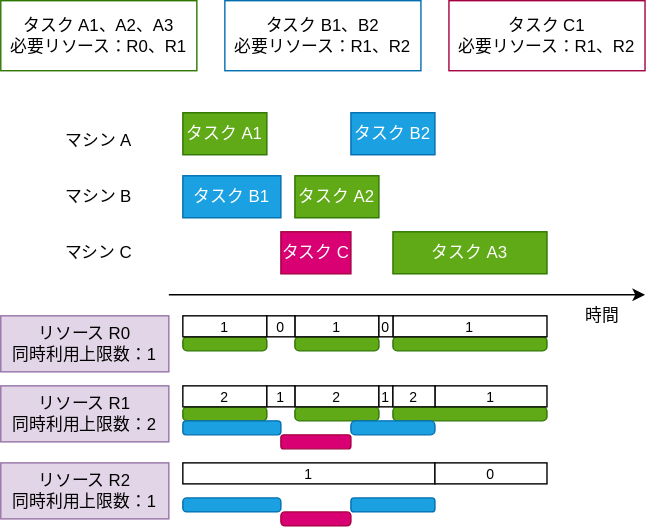
The draw.io diagram notebooks/ja/tutorials/figures/resource.drawio.svg in fixstars/amplify-se-examples, before a commit. Source tidied: cells renumbered, new cells last; positions are measured from the earlier drawing's top-left corner, leaving out a move shared by most shapes.
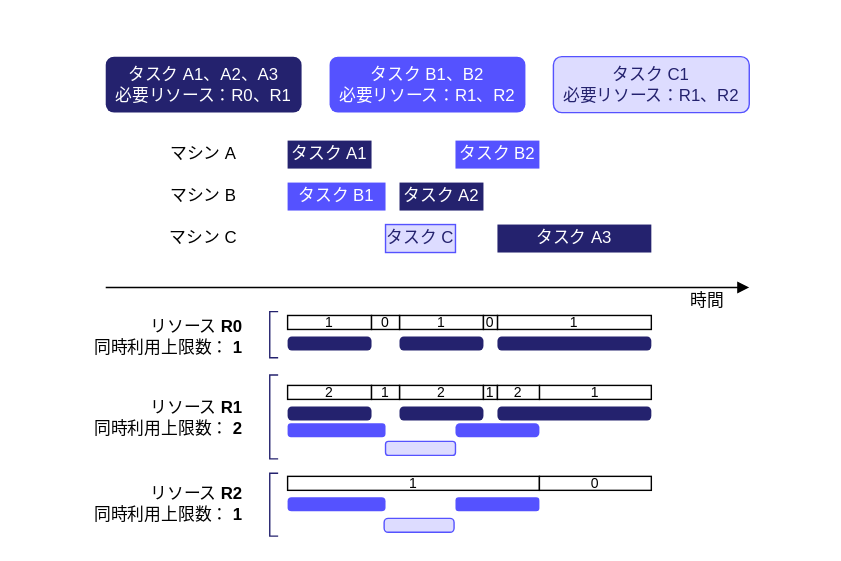
Later version of the same file.

What changed in the source:
```diff
@@ -2,42 +2,45 @@
   <root>
     <mxCell id="0" />
     <mxCell id="1" parent="0" />
+    <mxCell id="45" style="whiteSpace=wrap;html=1;strokeColor=none;" parent="1" vertex="1">
+      <mxGeometry x="-75" y="-10" width="600" height="400" as="geometry" />
+    </mxCell>
-    <mxCell id="2" value="タスク A1" style="rounded=0;whiteSpace=wrap;html=1;fillColor=#60a917;fontColor=#ffffff;strokeColor=#2D7600;" parent="1" vertex="1">
-      <mxGeometry x="130" y="80" width="60" height="30" as="geometry" />
+    <mxCell id="2" value="タスク A1" style="rounded=0;whiteSpace=wrap;html=1;fillColor=#24226E;fontColor=#FFFFFF;strokeColor=none;" parent="1" vertex="1">
+      <mxGeometry x="130" y="90" width="60" height="20" as="geometry" />
     </mxCell>
     <object id="3" label="時間" name="Variable" placeholders="1">
       <mxCell style="text;html=1;strokeColor=none;fillColor=none;align=center;verticalAlign=middle;whiteSpace=wrap;overflow=hidden;" parent="1" vertex="1">
-        <mxGeometry x="410" y="215" width="40" height="20" as="geometry" />
+        <mxGeometry x="410" y="195" width="40" height="20" as="geometry" />
       </mxCell>
     </object>
-    <object id="4" label="リソース R0&lt;br&gt;同時利用上限数：1" name="Variable" placeholders="1">
-      <mxCell style="text;html=1;strokeColor=#9673a6;fillColor=#e1d5e7;align=center;verticalAlign=middle;whiteSpace=wrap;overflow=hidden;" parent="1" vertex="1">
-        <mxGeometry y="225" width="120" height="40" as="geometry" />
+    <object id="4" label="リソース &lt;b&gt;R0&lt;/b&gt;&lt;br&gt;同時利用上限数：&lt;b&gt;1&lt;/b&gt;" name="Variable" placeholders="1">
+      <mxCell style="text;html=1;strokeColor=none;fillColor=none;align=right;verticalAlign=middle;whiteSpace=wrap;overflow=hidden;" parent="1" vertex="1">
+        <mxGeometry x="-20" y="210" width="120" height="40" as="geometry" />
       </mxCell>
     </object>
-    <mxCell id="5" value="タスク A3" style="rounded=0;whiteSpace=wrap;html=1;fillColor=#60a917;fontColor=#ffffff;strokeColor=#2D7600;" parent="1" vertex="1">
-      <mxGeometry x="280" y="165" width="110" height="30" as="geometry" />
+    <mxCell id="5" value="タスク A3" style="rounded=0;whiteSpace=wrap;html=1;fillColor=#24226E;fontColor=#FFFFFF;strokeColor=none;" parent="1" vertex="1">
+      <mxGeometry x="280" y="150" width="110" height="20" as="geometry" />
     </mxCell>
-    <mxCell id="6" style="rounded=1;whiteSpace=wrap;html=1;fillColor=#60a917;fontColor=#ffffff;strokeColor=#2D7600;arcSize=31;" parent="1" vertex="1">
-      <mxGeometry x="130" y="290" width="60" height="10" as="geometry" />
+    <mxCell id="6" style="rounded=1;whiteSpace=wrap;html=1;fillColor=#24226E;fontColor=#FFFFFF;strokeColor=none;arcSize=31;" parent="1" vertex="1">
+      <mxGeometry x="130" y="280" width="60" height="10" as="geometry" />
     </mxCell>
-    <mxCell id="7" style="rounded=1;whiteSpace=wrap;html=1;fillColor=#1ba1e2;fontColor=#ffffff;strokeColor=#006EAF;arcSize=24;" parent="1" vertex="1">
-      <mxGeometry x="130" y="300" width="70" height="10" as="geometry" />
+    <mxCell id="7" style="rounded=1;whiteSpace=wrap;html=1;fillColor=#5552FF;fontColor=#FFFFFF;strokeColor=none;arcSize=24;" parent="1" vertex="1">
+      <mxGeometry x="130" y="292" width="70" height="10" as="geometry" />
     </mxCell>
-    <mxCell id="8" value="タスク B2" style="rounded=0;whiteSpace=wrap;html=1;fillColor=#1ba1e2;fontColor=#ffffff;strokeColor=#006EAF;" parent="1" vertex="1">
-      <mxGeometry x="250" y="80" width="60" height="30" as="geometry" />
+    <mxCell id="8" value="タスク B2" style="rounded=0;whiteSpace=wrap;html=1;fillColor=#5552FF;fontColor=#FFFFFF;strokeColor=none;" parent="1" vertex="1">
+      <mxGeometry x="250" y="90" width="60" height="20" as="geometry" />
     </mxCell>
-    <mxCell id="9" value="タスク C" style="rounded=0;whiteSpace=wrap;html=1;fillColor=#d80073;fontColor=#ffffff;strokeColor=#A50040;" parent="1" vertex="1">
-      <mxGeometry x="200" y="165" width="50" height="30" as="geometry" />
+    <mxCell id="9" value="タスク C" style="rounded=0;whiteSpace=wrap;html=1;fillColor=#DDDCFF;fontColor=#24226E;strokeColor=#5552FF;" parent="1" vertex="1">
+      <mxGeometry x="200" y="150" width="50" height="20" as="geometry" />
     </mxCell>
-    <object id="10" label="リソース R1&lt;br&gt;同時利用上限数：2" name="Variable" placeholders="1">
-      <mxCell style="text;html=1;strokeColor=#9673a6;fillColor=#e1d5e7;align=center;verticalAlign=middle;whiteSpace=wrap;overflow=hidden;" parent="1" vertex="1">
-        <mxGeometry y="275" width="120" height="40" as="geometry" />
+    <object id="10" label="リソース &lt;b&gt;R1&lt;/b&gt;&lt;br&gt;同時利用上限数：&lt;b&gt;2&lt;/b&gt;" name="Variable" placeholders="1">
+      <mxCell style="text;html=1;strokeColor=none;fillColor=none;align=right;verticalAlign=middle;whiteSpace=wrap;overflow=hidden;" parent="1" vertex="1">
+        <mxGeometry x="-20" y="265" width="120" height="45" as="geometry" />
       </mxCell>
     </object>
-    <object id="11" label="リソース R2&lt;br&gt;同時利用上限数：1" name="Variable" placeholders="1">
-      <mxCell style="text;html=1;strokeColor=#9673a6;fillColor=#e1d5e7;align=center;verticalAlign=middle;whiteSpace=wrap;overflow=hidden;" parent="1" vertex="1">
-        <mxGeometry y="330" width="120" height="40" as="geometry" />
+    <object id="11" label="リソース &lt;b&gt;R2&lt;/b&gt;&lt;br&gt;同時利用上限数：&lt;b&gt;1&lt;/b&gt;" name="Variable" placeholders="1">
+      <mxCell style="text;html=1;strokeColor=none;fillColor=none;align=right;verticalAlign=middle;whiteSpace=wrap;overflow=hidden;" parent="1" vertex="1">
+        <mxGeometry x="-20" y="327.5" width="120" height="45" as="geometry" />
       </mxCell>
     </object>
     <object id="12" label="マシン A" name="Variable" placeholders="1">
@@ -47,106 +50,118 @@
     </object>
     <object id="13" label="マシン B" name="Variable" placeholders="1">
       <mxCell style="text;html=1;strokeColor=none;fillColor=none;align=center;verticalAlign=middle;whiteSpace=wrap;overflow=hidden;" parent="1" vertex="1">
-        <mxGeometry x="40" y="130" width="60" height="20" as="geometry" />
+        <mxGeometry x="40" y="120" width="60" height="20" as="geometry" />
       </mxCell>
     </object>
-    <mxCell id="14" value="タスク B1" style="rounded=0;whiteSpace=wrap;html=1;fillColor=#1ba1e2;fontColor=#ffffff;strokeColor=#006EAF;" parent="1" vertex="1">
-      <mxGeometry x="130" y="125" width="70" height="30" as="geometry" />
+    <mxCell id="14" value="タスク B1" style="rounded=0;whiteSpace=wrap;html=1;fillColor=#5552FF;fontColor=#FFFFFF;strokeColor=none;" parent="1" vertex="1">
+      <mxGeometry x="130" y="120" width="70" height="20" as="geometry" />
     </mxCell>
     <object id="15" label="マシン C" name="Variable" placeholders="1">
       <mxCell style="text;html=1;strokeColor=none;fillColor=none;align=center;verticalAlign=middle;whiteSpace=wrap;overflow=hidden;" parent="1" vertex="1">
-        <mxGeometry x="40" y="170" width="60" height="20" as="geometry" />
+        <mxGeometry x="40" y="150" width="60" height="20" as="geometry" />
       </mxCell>
     </object>
-    <mxCell id="16" style="rounded=1;whiteSpace=wrap;html=1;fillColor=#d80073;fontColor=#ffffff;strokeColor=#A50040;arcSize=21;" parent="1" vertex="1">
-      <mxGeometry x="200" y="310" width="50" height="10" as="geometry" />
+    <mxCell id="16" style="rounded=1;whiteSpace=wrap;html=1;fillColor=#DDDCFF;fontColor=#24226E;strokeColor=#5552FF;arcSize=21;" parent="1" vertex="1">
+      <mxGeometry x="200" y="305" width="50" height="10" as="geometry" />
     </mxCell>
-    <mxCell id="17" style="rounded=1;whiteSpace=wrap;html=1;fillColor=#60a917;fontColor=#ffffff;strokeColor=#2D7600;arcSize=31;" parent="1" vertex="1">
-      <mxGeometry x="130" y="240" width="60" height="10" as="geometry" />
+    <mxCell id="17" style="rounded=1;whiteSpace=wrap;html=1;fillColor=#24226E;fontColor=#FFFFFF;strokeColor=none;arcSize=31;" parent="1" vertex="1">
+      <mxGeometry x="130" y="230" width="60" height="10" as="geometry" />
     </mxCell>
-    <mxCell id="18" style="rounded=1;whiteSpace=wrap;html=1;fillColor=#60a917;fontColor=#ffffff;strokeColor=#2D7600;arcSize=31;" parent="1" vertex="1">
-      <mxGeometry x="280" y="240" width="110" height="10" as="geometry" />
+    <mxCell id="18" style="rounded=1;whiteSpace=wrap;html=1;fillColor=#24226E;fontColor=#FFFFFF;strokeColor=none;arcSize=31;" parent="1" vertex="1">
+      <mxGeometry x="280" y="230" width="110" height="10" as="geometry" />
     </mxCell>
-    <mxCell id="19" style="rounded=1;whiteSpace=wrap;html=1;fillColor=#60a917;fontColor=#ffffff;strokeColor=#2D7600;arcSize=31;" parent="1" vertex="1">
-      <mxGeometry x="280" y="290" width="110" height="10" as="geometry" />
+    <mxCell id="19" style="rounded=1;whiteSpace=wrap;html=1;fillColor=#24226E;fontColor=#FFFFFF;strokeColor=none;arcSize=31;" parent="1" vertex="1">
+      <mxGeometry x="280" y="280" width="110" height="10" as="geometry" />
     </mxCell>
-    <mxCell id="20" style="rounded=1;whiteSpace=wrap;html=1;fillColor=#d80073;fontColor=#ffffff;strokeColor=#A50040;arcSize=29;" parent="1" vertex="1">
-      <mxGeometry x="200" y="365" width="50" height="10" as="geometry" />
+    <mxCell id="20" style="rounded=1;whiteSpace=wrap;html=1;fillColor=#DDDCFF;fontColor=#24226E;strokeColor=#5552FF;arcSize=29;" parent="1" vertex="1">
+      <mxGeometry x="199" y="360" width="50" height="10" as="geometry" />
     </mxCell>
-    <mxCell id="21" style="rounded=1;whiteSpace=wrap;html=1;fillColor=#1ba1e2;fontColor=#ffffff;strokeColor=#006EAF;arcSize=28;" parent="1" vertex="1">
-      <mxGeometry x="130" y="355" width="70" height="10" as="geometry" />
+    <mxCell id="21" style="rounded=1;whiteSpace=wrap;html=1;fillColor=#5552FF;fontColor=#FFFFFF;strokeColor=none;arcSize=28;" parent="1" vertex="1">
+      <mxGeometry x="130" y="345" width="70" height="10" as="geometry" />
     </mxCell>
-    <mxCell id="22" value="タスク A2" style="rounded=0;whiteSpace=wrap;html=1;fillColor=#60a917;fontColor=#ffffff;strokeColor=#2D7600;" parent="1" vertex="1">
-      <mxGeometry x="210" y="125" width="60" height="30" as="geometry" />
+    <mxCell id="22" value="タスク A2" style="rounded=0;whiteSpace=wrap;html=1;fillColor=#24226E;fontColor=#FFFFFF;strokeColor=none;" parent="1" vertex="1">
+      <mxGeometry x="210" y="120" width="60" height="20" as="geometry" />
     </mxCell>
-    <mxCell id="23" style="rounded=1;whiteSpace=wrap;html=1;fillColor=#60a917;fontColor=#ffffff;strokeColor=#2D7600;arcSize=31;" parent="1" vertex="1">
-      <mxGeometry x="210" y="290" width="60" height="10" as="geometry" />
+    <mxCell id="23" style="rounded=1;whiteSpace=wrap;html=1;fillColor=#24226E;fontColor=#FFFFFF;strokeColor=none;arcSize=31;" parent="1" vertex="1">
+      <mxGeometry x="210" y="280" width="60" height="10" as="geometry" />
     </mxCell>
-    <mxCell id="24" style="rounded=1;whiteSpace=wrap;html=1;fillColor=#60a917;fontColor=#ffffff;strokeColor=#2D7600;arcSize=31;" parent="1" vertex="1">
-      <mxGeometry x="210" y="240" width="60" height="10" as="geometry" />
+    <mxCell id="24" style="rounded=1;whiteSpace=wrap;html=1;fillColor=#24226E;fontColor=#FFFFFF;strokeColor=none;arcSize=31;" parent="1" vertex="1">
+      <mxGeometry x="210" y="230" width="60" height="10" as="geometry" />
     </mxCell>
-    <mxCell id="25" style="rounded=1;whiteSpace=wrap;html=1;fillColor=#1ba1e2;fontColor=#ffffff;strokeColor=#006EAF;arcSize=31;" parent="1" vertex="1">
-      <mxGeometry x="250" y="300" width="60" height="10" as="geometry" />
+    <mxCell id="25" style="rounded=1;whiteSpace=wrap;html=1;fillColor=#5552FF;fontColor=#FFFFFF;strokeColor=none;arcSize=31;" parent="1" vertex="1">
+      <mxGeometry x="250" y="292" width="60" height="10" as="geometry" />
     </mxCell>
-    <mxCell id="26" style="rounded=1;whiteSpace=wrap;html=1;fillColor=#1ba1e2;fontColor=#ffffff;strokeColor=#006EAF;arcSize=23;" parent="1" vertex="1">
-      <mxGeometry x="250" y="355" width="60" height="10" as="geometry" />
+    <mxCell id="26" style="rounded=1;whiteSpace=wrap;html=1;fillColor=#5552FF;fontColor=#FFFFFF;strokeColor=none;arcSize=23;" parent="1" vertex="1">
+      <mxGeometry x="250" y="345" width="60" height="10" as="geometry" />
     </mxCell>
     <mxCell id="27" value="1" style="rounded=0;whiteSpace=wrap;html=1;fontSize=10;" parent="1" vertex="1">
-      <mxGeometry x="130" y="225" width="60" height="15" as="geometry" />
+      <mxGeometry x="130" y="215" width="60" height="10" as="geometry" />
     </mxCell>
     <mxCell id="28" value="1" style="rounded=0;whiteSpace=wrap;html=1;fontSize=10;" parent="1" vertex="1">
-      <mxGeometry x="210" y="225" width="60" height="15" as="geometry" />
+      <mxGeometry x="210" y="215" width="60" height="10" as="geometry" />
     </mxCell>
     <mxCell id="29" value="1" style="rounded=0;whiteSpace=wrap;html=1;fontSize=10;" parent="1" vertex="1">
-      <mxGeometry x="280" y="225" width="110" height="15" as="geometry" />
+      <mxGeometry x="280" y="215" width="110" height="10" as="geometry" />
     </mxCell>
     <mxCell id="30" value="0" style="rounded=0;whiteSpace=wrap;html=1;fontSize=10;" parent="1" vertex="1">
-      <mxGeometry x="190" y="225" width="20" height="15" as="geometry" />
+      <mxGeometry x="190" y="215" width="20" height="10" as="geometry" />
     </mxCell>
     <mxCell id="31" value="0" style="rounded=0;whiteSpace=wrap;html=1;fontSize=10;" parent="1" vertex="1">
-      <mxGeometry x="270" y="225" width="10" height="15" as="geometry" />
+      <mxGeometry x="270" y="215" width="10" height="10" as="geometry" />
     </mxCell>
+    <mxCell id="38" value="1" style="rounded=0;whiteSpace=wrap;html=1;fontSize=10;" parent="1" vertex="1">
+      <mxGeometry x="130" y="330" width="180" height="10" as="geometry" />
+    </mxCell>
+    <mxCell id="39" value="0" style="rounded=0;whiteSpace=wrap;html=1;fontSize=10;spacingTop=0;verticalAlign=middle;" parent="1" vertex="1">
+      <mxGeometry x="310" y="330" width="80" height="10" as="geometry" />
+    </mxCell>
+    <mxCell id="40" style="endArrow=block;html=1;fontColor=#00FF00;exitX=0.125;exitY=0.525;exitDx=0;exitDy=0;exitPerimeter=0;endFill=1;" parent="1" edge="1">
+      <mxGeometry relative="1" as="geometry">
+        <mxPoint y="195" as="sourcePoint" />
+        <mxPoint x="460" y="195" as="targetPoint" />
+      </mxGeometry>
+    </mxCell>
+    <mxCell id="42" value="&lt;div&gt;タスク A1、A2、A3&lt;/div&gt;&lt;div&gt;必要リソース：R0、R1&lt;/div&gt;" style="whiteSpace=wrap;html=1;strokeColor=none;rounded=1;fillColor=#24226E;fontColor=#FFFFFF;" parent="1" vertex="1">
+      <mxGeometry y="30" width="140" height="40" as="geometry" />
+    </mxCell>
+    <mxCell id="43" value="&lt;div&gt;タスク B1、B2&lt;/div&gt;&lt;div&gt;必要リソース：R1、R2&lt;/div&gt;" style="whiteSpace=wrap;html=1;strokeColor=none;rounded=1;fontColor=#FFFFFF;fillColor=#5552FF;" parent="1" vertex="1">
+      <mxGeometry x="160" y="30" width="140" height="40" as="geometry" />
+    </mxCell>
+    <mxCell id="44" value="&lt;div&gt;タスク C1&lt;/div&gt;&lt;div&gt;必要リソース：R1、R2&lt;/div&gt;" style="whiteSpace=wrap;html=1;strokeColor=#5552FF;rounded=1;fontColor=#24226E;fillColor=#DDDCFF;" parent="1" vertex="1">
+      <mxGeometry x="320" y="30" width="140" height="40" as="geometry" />
+    </mxCell>
     <mxCell id="32" value="2" style="rounded=0;whiteSpace=wrap;html=1;fontSize=10;" parent="1" vertex="1">
-      <mxGeometry x="130" y="275" width="60" height="15" as="geometry" />
+      <mxGeometry x="130" y="265" width="60" height="10" as="geometry" />
     </mxCell>
     <mxCell id="33" value="2" style="rounded=0;whiteSpace=wrap;html=1;fontSize=10;" parent="1" vertex="1">
-      <mxGeometry x="210" y="275" width="60" height="15" as="geometry" />
+      <mxGeometry x="210" y="265" width="60" height="10" as="geometry" />
     </mxCell>
     <mxCell id="34" value="1" style="rounded=0;whiteSpace=wrap;html=1;fontSize=10;" parent="1" vertex="1">
-      <mxGeometry x="270" y="275" width="10" height="15" as="geometry" />
+      <mxGeometry x="270" y="265" width="10" height="10" as="geometry" />
     </mxCell>
-    <mxCell id="35" style="edgeStyle=none;html=1;exitX=1;exitY=0.5;exitDx=0;exitDy=0;" parent="1" edge="1" source="36" target="33">
-      <mxGeometry relative="1" as="geometry" />
-    </mxCell>
     <mxCell id="36" value="1" style="rounded=0;whiteSpace=wrap;html=1;fontSize=10;" parent="1" vertex="1">
-      <mxGeometry x="190" y="275" width="20" height="15" as="geometry" />
+      <mxGeometry x="190" y="265" width="20" height="10" as="geometry" />
     </mxCell>
     <mxCell id="37" value="1" style="rounded=0;whiteSpace=wrap;html=1;fontSize=10;" parent="1" vertex="1">
-      <mxGeometry x="310" y="275" width="80" height="15" as="geometry" />
+      <mxGeometry x="310" y="265" width="80" height="10" as="geometry" />
     </mxCell>
-    <mxCell id="38" value="1" style="rounded=0;whiteSpace=wrap;html=1;fontSize=10;" parent="1" vertex="1">
-      <mxGeometry x="130" y="330" width="180" height="15" as="geometry" />
-    </mxCell>
-    <mxCell id="39" value="0" style="rounded=0;whiteSpace=wrap;html=1;fontSize=10;" parent="1" vertex="1">
-      <mxGeometry x="310" y="330" width="80" height="15" as="geometry" />
-    </mxCell>
-    <mxCell id="40" style="endArrow=classic;html=1;fontColor=#00FF00;" parent="1" edge="1">
-      <mxGeometry relative="1" as="geometry">
-        <mxPoint x="120" y="210" as="sourcePoint" />
-        <mxPoint x="460" y="210" as="targetPoint" />
-      </mxGeometry>
-    </mxCell>
     <mxCell id="41" value="2" style="rounded=0;whiteSpace=wrap;html=1;fontSize=10;" parent="1" vertex="1">
-      <mxGeometry x="280" y="275" width="30" height="15" as="geometry" />
+      <mxGeometry x="280" y="265" width="30" height="10" as="geometry" />
     </mxCell>
-    <mxCell id="42" value="&lt;div&gt;タスク A1、A2、A3&lt;/div&gt;&lt;div&gt;必要リソース：R0、R1&lt;/div&gt;" style="whiteSpace=wrap;html=1;strokeColor=#2D7600;" parent="1" vertex="1">
-      <mxGeometry width="140" height="50" as="geometry" />
-    </mxCell>
-    <mxCell id="43" value="&lt;div&gt;タスク B1、B2&lt;/div&gt;&lt;div&gt;必要リソース：R1、R2&lt;/div&gt;" style="whiteSpace=wrap;html=1;strokeColor=#006EAF;" parent="1" vertex="1">
-      <mxGeometry x="160" width="140" height="50" as="geometry" />
-    </mxCell>
-    <mxCell id="44" value="&lt;div&gt;タスク C1&lt;/div&gt;&lt;div&gt;必要リソース：R1、R2&lt;/div&gt;" style="whiteSpace=wrap;html=1;strokeColor=#A50040;" parent="1" vertex="1">
-      <mxGeometry x="320" width="140" height="50" as="geometry" />
-    </mxCell>
+    <mxCell id="35" style="edgeStyle=none;html=1;exitX=1;exitY=0.5;exitDx=0;exitDy=0;" parent="1" edge="1" source="36" target="33">
+      <mxGeometry relative="1" as="geometry" />
+    </mxCell>
+    <mxCell id="46" style="edgeStyle=none;html=1;fontColor=#24226E;" parent="1" edge="1" source="36" target="32">
+      <mxGeometry relative="1" as="geometry" />
+    </mxCell>
+    <mxCell id="47" style="shape=partialRectangle;whiteSpace=wrap;html=1;bottom=1;right=1;left=1;top=0;fillColor=none;routingCenterX=-0.5;strokeColor=#24226E;fontColor=#24226E;rotation=90;" parent="1" vertex="1">
+      <mxGeometry x="103.5" y="226" width="33" height="5.5" as="geometry" />
+    </mxCell>
+    <mxCell id="48" style="shape=partialRectangle;whiteSpace=wrap;html=1;bottom=1;right=1;left=1;top=0;fillColor=none;routingCenterX=-0.5;strokeColor=#24226E;fontColor=#24226E;rotation=90;" parent="1" vertex="1">
+      <mxGeometry x="90" y="284.8" width="60" height="5.5" as="geometry" />
+    </mxCell>
+    <mxCell id="49" style="shape=partialRectangle;whiteSpace=wrap;html=1;bottom=1;right=1;left=1;top=0;fillColor=none;routingCenterX=-0.5;strokeColor=#24226E;fontColor=#24226E;rotation=90;" parent="1" vertex="1">
+      <mxGeometry x="97.5" y="347.5" width="45" height="5.5" as="geometry" />
+    </mxCell>
   </root>
 </mxGraphModel>
```
